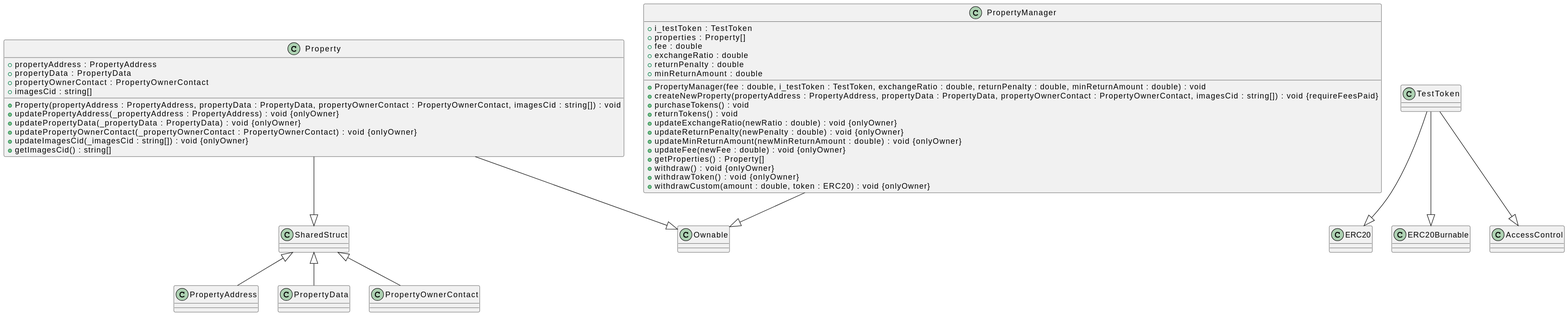
Above: documentation/DiagramSmartContract.svg in RickOwri/real-estate-contract (PlantUML), before the change.
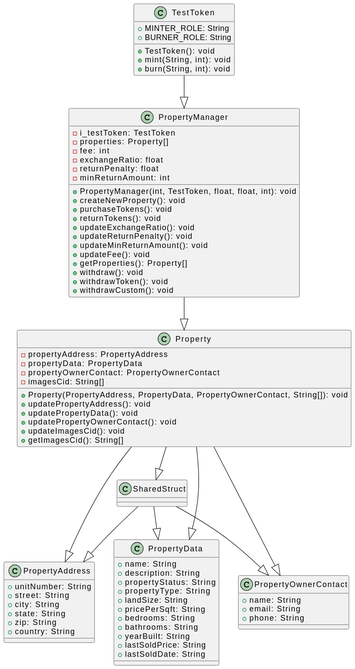
Later version of the same file.

Diff of the diagram source:
```diff
@@ -1,75 +1,88 @@
 @startuml
+class Property {
+  -propertyAddress: PropertyAddress
+  -propertyData: PropertyData
+  -propertyOwnerContact: PropertyOwnerContact
+  -imagesCid: String[]
+  +Property(PropertyAddress, PropertyData, PropertyOwnerContact, String[]): void
+  +updatePropertyAddress(): void
+  +updatePropertyData(): void
+  +updatePropertyOwnerContact(): void
+  +updateImagesCid(): void
+  +getImagesCid(): String[]
+}
+
+class PropertyManager {
+  -i_testToken: TestToken
+  -properties: Property[]
+  -fee: int
+  -exchangeRatio: float
+  -returnPenalty: float
+  -minReturnAmount: int
+  +PropertyManager(int, TestToken, float, float, int): void
+  +createNewProperty(): void
+  +purchaseTokens(): void
+  +returnTokens(): void
+  +updateExchangeRatio(): void
+  +updateReturnPenalty(): void
+  +updateMinReturnAmount(): void
+  +updateFee(): void
+  +getProperties(): Property[]
+  +withdraw(): void
+  +withdrawToken(): void
+  +withdrawCustom(): void
+}
+
 class SharedStruct {
 }
 
 class PropertyAddress {
+  +unitNumber: String
+  +street: String
+  +city: String
+  +state: String
+  +zip: String
+  +country: String
 }
 
 class PropertyData {
+  +name: String
+  +description: String
+  +propertyStatus: String
+  +propertyType: String
+  +landSize: String
+  +pricePerSqft: String
+  +bedrooms: String
+  +bathrooms: String
+  +yearBuilt: String
+  +lastSoldPrice: String
+  +lastSoldDate: String
 }
 
 class PropertyOwnerContact {
+  +name: String
+  +email: String
+  +phone: String
 }
 
-SharedStruct <|-- PropertyAddress
-SharedStruct <|-- PropertyData
-SharedStruct <|-- PropertyOwnerContact
-
-class Ownable {
-}
-
-class Property {
-  +propertyAddress : PropertyAddress
-  +propertyData : PropertyData
-  +propertyOwnerContact : PropertyOwnerContact
-  +imagesCid : string[]
-  +Property(propertyAddress : PropertyAddress, propertyData : PropertyData, propertyOwnerContact : PropertyOwnerContact, imagesCid : string[]) : void
-  +updatePropertyAddress(_propertyAddress : PropertyAddress) : void {onlyOwner}
-  +updatePropertyData(_propertyData : PropertyData) : void {onlyOwner}
-  +updatePropertyOwnerContact(_propertyOwnerContact : PropertyOwnerContact) : void {onlyOwner}
-  +updateImagesCid(_imagesCid : string[]) : void {onlyOwner}
-  +getImagesCid() : string[]
+class TestToken {
+  +MINTER_ROLE: String
+  +BURNER_ROLE: String
+  +TestToken(): void
+  +mint(String, int): void
+  +burn(String, int): void
 }
 
 Property --|> SharedStruct
-Property --|> Ownable
+Property --|> PropertyAddress
+Property --|> PropertyData
+Property --|> PropertyOwnerContact
 
-class TestToken {
-}
+PropertyManager --|> Property
 
-class ERC20 {
-}
+TestToken --|> PropertyManager
 
-class ERC20Burnable {
-}
-
-class AccessControl {
-}
-
-TestToken --|> ERC20
-TestToken --|> ERC20Burnable
-TestToken --|> AccessControl
-
-class PropertyManager {
-  +i_testToken : TestToken
-  +properties : Property[]
-  +fee : double
-  +exchangeRatio : double
-  +returnPenalty : double
-  +minReturnAmount : double
-  +PropertyManager(fee : double, i_testToken : TestToken, exchangeRatio : double, returnPenalty : double, minReturnAmount : double) : void
-  +createNewProperty(propertyAddress : PropertyAddress, propertyData : PropertyData, propertyOwnerContact : PropertyOwnerContact, imagesCid : string[]) : void {requireFeesPaid}
-  +purchaseTokens() : void
-  +returnTokens() : void
-  +updateExchangeRatio(newRatio : double) : void {onlyOwner}
-  +updateReturnPenalty(newPenalty : double) : void {onlyOwner}
-  +updateMinReturnAmount(newMinReturnAmount : double) : void {onlyOwner}
-  +updateFee(newFee : double) : void {onlyOwner}
-  +getProperties() : Property[]
-  +withdraw() : void {onlyOwner}
-  +withdrawToken() : void {onlyOwner}
-  +withdrawCustom(amount : double, token : ERC20) : void {onlyOwner}
-}
-
-PropertyManager --|> Ownable
+SharedStruct --|> PropertyAddress
+SharedStruct --|> PropertyData
+SharedStruct --|> PropertyOwnerContact
 @enduml
```
